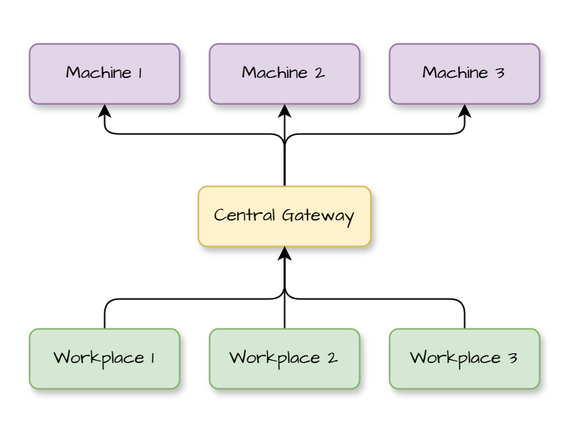
mihailmarkevich/Industrial-Protocol-Integration-System keeps this draw.io diagram as assets/gateway-spof.png. Above is the earlier version. Source tidied: cells renumbered, new cells last; positions are measured from the earlier drawing's top-left corner, leaving out a move shared by most shapes.
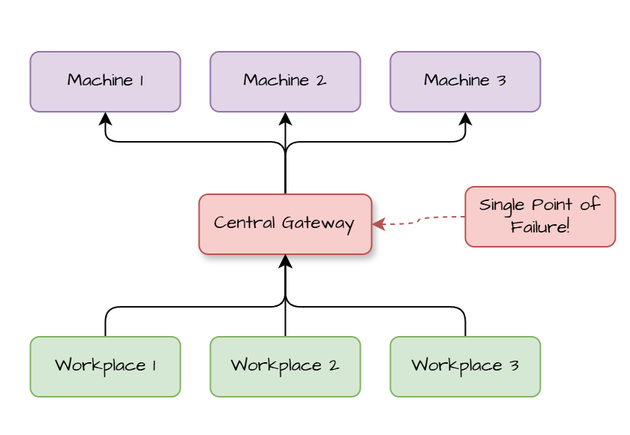
Later version of the same file.

The edit, as a diff of the source:
```diff
@@ -3,7 +3,7 @@
     <mxCell id="0" />
     <mxCell id="1" parent="0" />
     <mxCell id="2" style="rounded=0;whiteSpace=wrap;html=1;textShadow=0;shadow=0;glass=0;strokeColor=none;" parent="1" vertex="1">
-      <mxGeometry width="380" height="290" as="geometry" />
+      <mxGeometry y="-5" width="420" height="290" as="geometry" />
     </mxCell>
     <mxCell id="3" style="edgeStyle=orthogonalEdgeStyle;rounded=1;jettySize=auto;html=1;entryX=0.5;entryY=1;entryDx=0;entryDy=0;" parent="1" edge="1" source="6" target="13">
       <mxGeometry relative="1" as="geometry">
@@ -24,7 +24,7 @@
         </Array>
       </mxGeometry>
     </mxCell>
-    <mxCell id="6" value="Central Gateway" style="rounded=1;whiteSpace=wrap;html=1;hachureGap=4;fontFamily=Architects Daughter;fontSource=https://fonts.googleapis.com/css?family=Architects+Daughter;labelBackgroundColor=none;fillColor=#fff2cc;strokeColor=#d6b656;shadow=1;" parent="1" vertex="1">
+    <mxCell id="6" value="Central Gateway" style="rounded=1;whiteSpace=wrap;html=1;hachureGap=4;fontFamily=Architects Daughter;fontSource=https://fonts.googleapis.com/css?family=Architects+Daughter;labelBackgroundColor=none;fillColor=#f8cecc;strokeColor=#b85450;shadow=1;" parent="1" vertex="1">
       <mxGeometry x="132.5" y="125" width="115" height="40" as="geometry" />
     </mxCell>
     <mxCell id="7" style="edgeStyle=orthogonalEdgeStyle;rounded=1;jettySize=auto;html=1;entryX=0.5;entryY=1;entryDx=0;entryDy=0;" parent="1" edge="1" source="8" target="6">
@@ -35,13 +35,13 @@
         </Array>
       </mxGeometry>
     </mxCell>
-    <mxCell id="8" value="Workplace 1" style="rounded=1;whiteSpace=wrap;html=1;hachureGap=4;fontFamily=Architects Daughter;fontSource=https://fonts.googleapis.com/css?family=Architects+Daughter;labelBackgroundColor=none;fillColor=#d5e8d4;strokeColor=#82b366;shadow=1;" parent="1" vertex="1">
+    <mxCell id="8" value="Workplace 1" style="rounded=1;whiteSpace=wrap;html=1;hachureGap=4;fontFamily=Architects Daughter;fontSource=https://fonts.googleapis.com/css?family=Architects+Daughter;labelBackgroundColor=none;fillColor=#d5e8d4;strokeColor=#82b366;" parent="1" vertex="1">
       <mxGeometry x="20" y="220" width="100" height="40" as="geometry" />
     </mxCell>
     <mxCell id="9" style="edgeStyle=orthogonalEdgeStyle;rounded=1;jettySize=auto;html=1;" parent="1" edge="1" source="10" target="6">
       <mxGeometry relative="1" as="geometry" />
     </mxCell>
-    <mxCell id="10" value="Workplace 2" style="rounded=1;whiteSpace=wrap;html=1;hachureGap=4;fontFamily=Architects Daughter;fontSource=https://fonts.googleapis.com/css?family=Architects+Daughter;labelBackgroundColor=none;fillColor=#d5e8d4;strokeColor=#82b366;shadow=1;" parent="1" vertex="1">
+    <mxCell id="10" value="Workplace 2" style="rounded=1;whiteSpace=wrap;html=1;hachureGap=4;fontFamily=Architects Daughter;fontSource=https://fonts.googleapis.com/css?family=Architects+Daughter;labelBackgroundColor=none;fillColor=#d5e8d4;strokeColor=#82b366;" parent="1" vertex="1">
       <mxGeometry x="140" y="220" width="100" height="40" as="geometry" />
     </mxCell>
     <mxCell id="11" style="edgeStyle=orthogonalEdgeStyle;rounded=1;jettySize=auto;html=1;entryX=0.5;entryY=1;entryDx=0;entryDy=0;" parent="1" edge="1" source="12" target="6">
@@ -52,17 +52,23 @@
         </Array>
       </mxGeometry>
     </mxCell>
-    <mxCell id="12" value="Workplace 3" style="rounded=1;whiteSpace=wrap;html=1;hachureGap=4;fontFamily=Architects Daughter;fontSource=https://fonts.googleapis.com/css?family=Architects+Daughter;labelBackgroundColor=none;fillColor=#d5e8d4;strokeColor=#82b366;shadow=1;" parent="1" vertex="1">
+    <mxCell id="12" value="Workplace 3" style="rounded=1;whiteSpace=wrap;html=1;hachureGap=4;fontFamily=Architects Daughter;fontSource=https://fonts.googleapis.com/css?family=Architects+Daughter;labelBackgroundColor=none;fillColor=#d5e8d4;strokeColor=#82b366;" parent="1" vertex="1">
       <mxGeometry x="260" y="220" width="100" height="40" as="geometry" />
     </mxCell>
-    <mxCell id="13" value="Machine 1" style="rounded=1;whiteSpace=wrap;html=1;hachureGap=4;fontFamily=Architects Daughter;fontSource=https://fonts.googleapis.com/css?family=Architects+Daughter;labelBackgroundColor=none;fillColor=#e1d5e7;strokeColor=#9673a6;shadow=1;" parent="1" vertex="1">
+    <mxCell id="13" value="Machine 1" style="rounded=1;whiteSpace=wrap;html=1;hachureGap=4;fontFamily=Architects Daughter;fontSource=https://fonts.googleapis.com/css?family=Architects+Daughter;labelBackgroundColor=none;fillColor=#e1d5e7;strokeColor=#9673a6;" parent="1" vertex="1">
       <mxGeometry x="20" y="30" width="100" height="40" as="geometry" />
     </mxCell>
-    <mxCell id="14" value="Machine 2" style="rounded=1;whiteSpace=wrap;html=1;hachureGap=4;fontFamily=Architects Daughter;fontSource=https://fonts.googleapis.com/css?family=Architects+Daughter;labelBackgroundColor=none;fillColor=#e1d5e7;strokeColor=#9673a6;shadow=1;" parent="1" vertex="1">
+    <mxCell id="14" value="Machine 2" style="rounded=1;whiteSpace=wrap;html=1;hachureGap=4;fontFamily=Architects Daughter;fontSource=https://fonts.googleapis.com/css?family=Architects+Daughter;labelBackgroundColor=none;fillColor=#e1d5e7;strokeColor=#9673a6;" parent="1" vertex="1">
       <mxGeometry x="140" y="30" width="100" height="40" as="geometry" />
     </mxCell>
-    <mxCell id="15" value="Machine 3" style="rounded=1;whiteSpace=wrap;html=1;hachureGap=4;fontFamily=Architects Daughter;fontSource=https://fonts.googleapis.com/css?family=Architects+Daughter;labelBackgroundColor=none;fillColor=#e1d5e7;strokeColor=#9673a6;shadow=1;" parent="1" vertex="1">
+    <mxCell id="15" value="Machine 3" style="rounded=1;whiteSpace=wrap;html=1;hachureGap=4;fontFamily=Architects Daughter;fontSource=https://fonts.googleapis.com/css?family=Architects+Daughter;labelBackgroundColor=none;fillColor=#e1d5e7;strokeColor=#9673a6;" parent="1" vertex="1">
       <mxGeometry x="260" y="30" width="100" height="40" as="geometry" />
     </mxCell>
+    <mxCell id="16" style="edgeStyle=orthogonalEdgeStyle;rounded=1;jettySize=auto;html=1;entryX=1;entryY=0.5;entryDx=0;entryDy=0;fillColor=#f8cecc;strokeColor=#b85450;dashed=1;curved=1;" parent="1" edge="1" source="17" target="6">
+      <mxGeometry relative="1" as="geometry" />
+    </mxCell>
+    <mxCell id="17" value="Single Point of Failure!" style="text;html=1;whiteSpace=wrap;align=center;verticalAlign=middle;rounded=1;fontFamily=Architects Daughter;fontSource=https://fonts.googleapis.com/css?family=Architects+Daughter;labelBackgroundColor=none;shadow=0;glass=0;fillColor=#f8cecc;strokeColor=#b85450;" parent="1" vertex="1">
+      <mxGeometry x="310" y="120" width="100" height="40" as="geometry" />
+    </mxCell>
   </root>
 </mxGraphModel>
```
